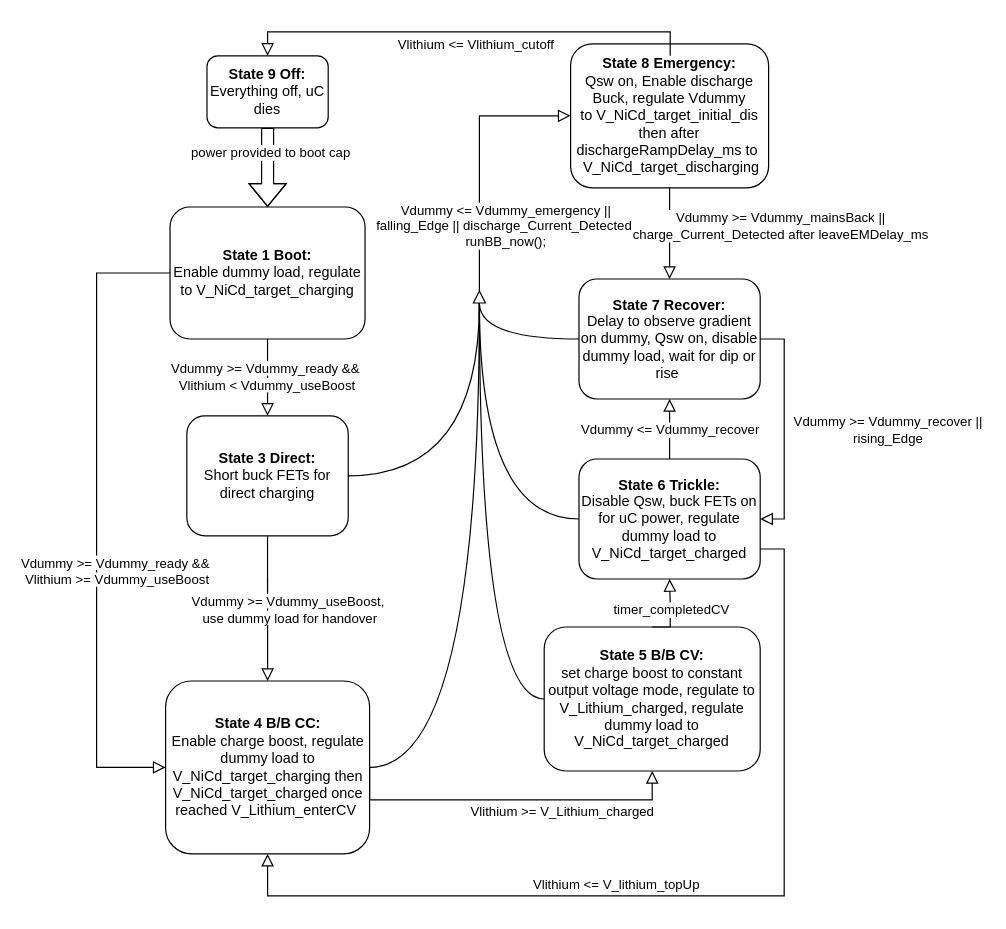
Above: InterfaceFinal202.drawio in BStainthorpe/Flowcharts (draw.io), before the change. Source tidied: cells renumbered, new cells numbered last; positions are measured from the earlier drawing's top-left corner, leaving out a move shared by most shapes. Both pictures are drawn from the tidied source at 120%, with x=0, y=0 at pixel (96, 31).
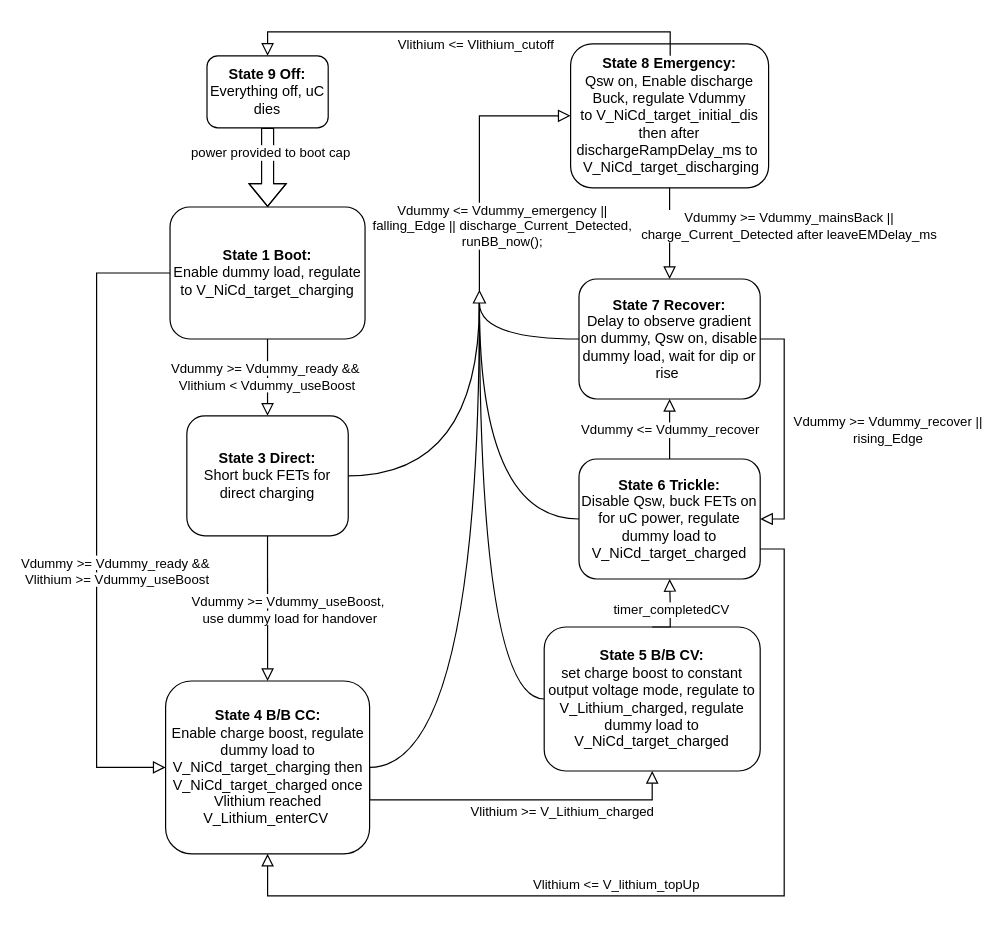
Above is the later version.

The change refers to these unchanged cells:
```xml
<mxCell id="19" style="rounded=0;html=1;jettySize=auto;fontSize=11;endArrow=block;endFill=0;endSize=8;strokeWidth=1;shadow=0;labelBackgroundColor=none;edgeStyle=orthogonalEdgeStyle;entryX=0;entryY=0.5;entryDx=0;entryDy=0;exitX=1;exitY=0.5;exitDx=0;exitDy=0;" parent="1" edge="1" source="13" target="18">
  <mxGeometry x="0.04" y="20" relative="1" as="geometry" />
</mxCell>
<mxCell id="27" style="rounded=0;html=1;jettySize=auto;fontSize=11;endArrow=block;endFill=0;endSize=8;strokeWidth=1;shadow=0;labelBackgroundColor=none;edgeStyle=orthogonalEdgeStyle;entryX=0.5;entryY=0;entryDx=0;entryDy=0;exitX=0.5;exitY=1;exitDx=0;exitDy=0;" parent="1" edge="1" source="18" target="12">
  <mxGeometry x="0.04" y="20" relative="1" as="geometry" />
</mxCell>
```

Change to the diagram source:
```diff
@@
-    <mxCell id="6" value="&lt;b&gt;State 4 B/B CC:&lt;/b&gt;&lt;div&gt;Enable charge boost, regulate dummy load to V_NiCd_target_charging then V_NiCd_target_charged once reached V_Lithium_enterCV&amp;nbsp;&lt;/div&gt;" style="rounded=1;whiteSpace=wrap;html=1;fontSize=12;glass=0;strokeWidth=1;shadow=0;" parent="1" vertex="1">
+    <mxCell id="6" value="&lt;b&gt;State 4 B/B CC:&lt;/b&gt;&lt;div&gt;Enable charge boost, regulate dummy load to V_NiCd_target_charging then V_NiCd_target_charged once Vlithium reached V_Lithium_enterCV&amp;nbsp;&lt;/div&gt;" style="rounded=1;whiteSpace=wrap;html=1;fontSize=12;glass=0;strokeWidth=1;shadow=0;" parent="1" vertex="1">
       <mxGeometry x="57.5" y="541" width="170" height="144" as="geometry" />
     </mxCell>
@@
     <mxCell id="20" value="Vdummy &amp;lt;= Vdummy_emergency ||&lt;div&gt;falling_Edge || discharge_Current_Detected,&lt;/div&gt;&lt;div&gt;runBB_now();&lt;/div&gt;" style="edgeLabel;html=1;align=center;verticalAlign=middle;" parent="19" vertex="1">
       <mxGeometry x="-0.09" relative="1" as="geometry">
-        <mxPoint x="21" y="46" as="offset" />
+        <mxPoint x="18" y="46" as="offset" />
       </mxGeometry>
     </mxCell>
@@
     <mxCell id="28" value="Vdummy &amp;gt;= Vdummy_mainsBack ||&lt;div&gt;charge_Current_Detected after leaveEMDelay_ms&lt;/div&gt;" style="edgeLabel;html=1;align=center;verticalAlign=middle;" parent="27" vertex="1">
       <mxGeometry x="-0.09" relative="1" as="geometry">
-        <mxPoint x="92" y="-4" as="offset" />
+        <mxPoint x="99" y="-4" as="offset" />
       </mxGeometry>
     </mxCell>
```
